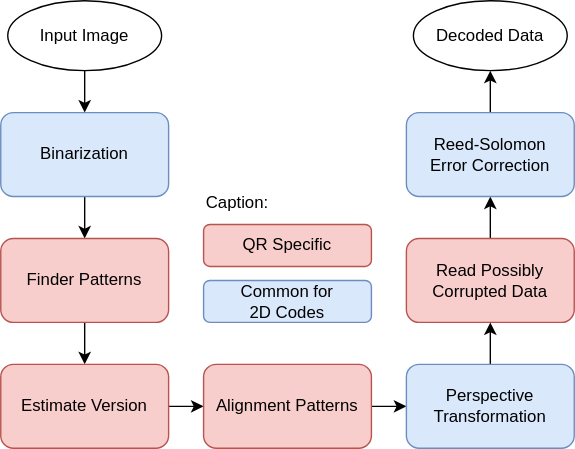
Earlier version of the draw.io export DecodingStepsDiagram.drawio.svg (vestr-at-work/open-reader). Source tidied: cells renumbered, new cells last; positions are measured from the earlier drawing's top-left corner, leaving out a move shared by most shapes.
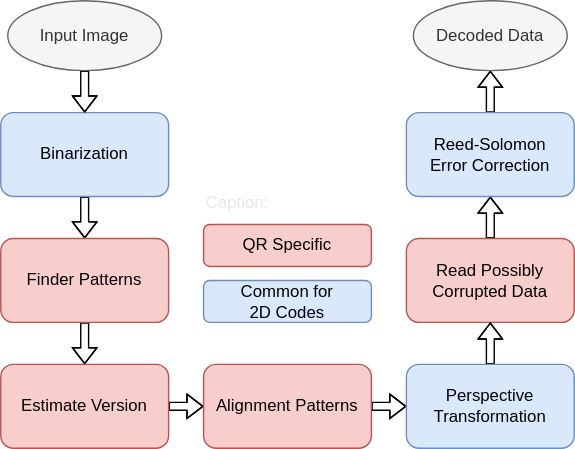
The same diagram one commit later.

Commit message:
Fix diagram colors

Change to the diagram source:
```diff
@@ -2,43 +2,43 @@
   <root>
     <mxCell id="0" />
     <mxCell id="1" parent="0" />
-    <mxCell id="2" style="edgeStyle=orthogonalEdgeStyle;rounded=0;jettySize=auto;html=1;" parent="1" edge="1" source="3" target="5">
+    <mxCell id="2" style="edgeStyle=orthogonalEdgeStyle;rounded=0;jettySize=auto;html=1;shape=flexArrow;fillColor=none;width=5.625;endSize=3.45625;endWidth=10.859375;" parent="1" edge="1" source="3" target="5">
       <mxGeometry relative="1" as="geometry" />
     </mxCell>
     <mxCell id="3" value="&lt;div&gt;Binarization&lt;/div&gt;" style="rounded=1;whiteSpace=wrap;html=1;fillColor=#dae8fc;strokeColor=#6c8ebf;" parent="1" vertex="1">
       <mxGeometry y="80" width="120" height="60" as="geometry" />
     </mxCell>
-    <mxCell id="4" style="edgeStyle=orthogonalEdgeStyle;rounded=0;jettySize=auto;html=1;" parent="1" edge="1" source="5" target="7">
+    <mxCell id="4" style="edgeStyle=orthogonalEdgeStyle;rounded=0;jettySize=auto;html=1;shape=flexArrow;fillColor=none;width=5.625;endSize=3.45625;endWidth=10.859375;" parent="1" edge="1" source="5" target="7">
       <mxGeometry relative="1" as="geometry" />
     </mxCell>
     <mxCell id="5" value="&lt;div&gt;Finder Patterns&lt;/div&gt;" style="rounded=1;whiteSpace=wrap;html=1;fillColor=#f8cecc;strokeColor=#b85450;" parent="1" vertex="1">
       <mxGeometry y="170" width="120" height="60" as="geometry" />
     </mxCell>
-    <mxCell id="6" style="edgeStyle=orthogonalEdgeStyle;rounded=0;jettySize=auto;html=1;" parent="1" edge="1" source="7" target="9">
+    <mxCell id="6" style="edgeStyle=orthogonalEdgeStyle;rounded=0;jettySize=auto;html=1;shape=flexArrow;fillColor=none;width=5.625;endSize=3.45625;endWidth=10.859375;" parent="1" edge="1" source="7" target="9">
       <mxGeometry relative="1" as="geometry" />
     </mxCell>
     <mxCell id="7" value="&lt;div&gt;Estimate Version&lt;/div&gt;" style="rounded=1;whiteSpace=wrap;html=1;fillColor=#f8cecc;strokeColor=#b85450;" parent="1" vertex="1">
       <mxGeometry y="260" width="120" height="60" as="geometry" />
     </mxCell>
-    <mxCell id="8" style="edgeStyle=orthogonalEdgeStyle;rounded=0;jettySize=auto;html=1;" parent="1" edge="1" source="9" target="15">
+    <mxCell id="8" style="edgeStyle=orthogonalEdgeStyle;rounded=0;jettySize=auto;html=1;shape=flexArrow;fillColor=none;width=5.625;endSize=3.45625;endWidth=10.859375;" parent="1" edge="1" source="9" target="15">
       <mxGeometry relative="1" as="geometry" />
     </mxCell>
     <mxCell id="9" value="&lt;div&gt;Alignment Patterns&lt;/div&gt;" style="rounded=1;whiteSpace=wrap;html=1;fillColor=#f8cecc;strokeColor=#b85450;" parent="1" vertex="1">
       <mxGeometry x="145" y="260" width="120" height="60" as="geometry" />
     </mxCell>
-    <mxCell id="10" style="edgeStyle=orthogonalEdgeStyle;rounded=0;jettySize=auto;html=1;" parent="1" edge="1" source="11" target="13">
+    <mxCell id="10" style="edgeStyle=orthogonalEdgeStyle;rounded=0;jettySize=auto;html=1;shape=flexArrow;fillColor=none;width=5.625;endSize=3.45625;endWidth=10.859375;" parent="1" edge="1" source="11" target="13">
       <mxGeometry relative="1" as="geometry" />
     </mxCell>
     <mxCell id="11" value="&lt;div&gt;Read Possibly&lt;/div&gt;&lt;div&gt;Corrupted Data&lt;/div&gt;" style="rounded=1;whiteSpace=wrap;html=1;fillColor=#f8cecc;strokeColor=#b85450;direction=west;" parent="1" vertex="1">
       <mxGeometry x="290" y="170" width="120" height="60" as="geometry" />
     </mxCell>
-    <mxCell id="12" style="edgeStyle=orthogonalEdgeStyle;rounded=0;jettySize=auto;html=1;" parent="1" edge="1" source="13" target="21">
+    <mxCell id="12" style="edgeStyle=orthogonalEdgeStyle;rounded=0;jettySize=auto;html=1;shape=flexArrow;fillColor=none;width=5.625;endSize=3.45625;endWidth=10.859375;" parent="1" edge="1" source="13" target="21">
       <mxGeometry relative="1" as="geometry" />
     </mxCell>
     <mxCell id="13" value="Reed-Solomon&lt;br&gt;&lt;div&gt;Error Correction&lt;/div&gt;" style="rounded=1;whiteSpace=wrap;html=1;fillColor=#dae8fc;strokeColor=#6c8ebf;direction=west;" parent="1" vertex="1">
       <mxGeometry x="290" y="80" width="120" height="60" as="geometry" />
     </mxCell>
-    <mxCell id="14" style="edgeStyle=orthogonalEdgeStyle;rounded=0;jettySize=auto;html=1;" parent="1" edge="1" source="15" target="11">
+    <mxCell id="14" style="edgeStyle=orthogonalEdgeStyle;rounded=0;jettySize=auto;html=1;shape=flexArrow;fillColor=none;width=5.625;endSize=3.45625;endWidth=10.859375;" parent="1" edge="1" source="15" target="11">
       <mxGeometry relative="1" as="geometry" />
     </mxCell>
     <mxCell id="15" value="Perspective&lt;br&gt;Transformation" style="rounded=1;whiteSpace=wrap;html=1;fillColor=#dae8fc;strokeColor=#6c8ebf;direction=west;" parent="1" vertex="1">
@@ -50,16 +50,16 @@
     <mxCell id="17" value="Common for &lt;br&gt;2D Codes" style="rounded=1;whiteSpace=wrap;html=1;fillColor=#dae8fc;strokeColor=#6c8ebf;" parent="1" vertex="1">
       <mxGeometry x="145" y="200" width="120" height="30" as="geometry" />
     </mxCell>
-    <mxCell id="18" value="&lt;div align=&quot;left&quot;&gt;Caption:&lt;/div&gt;" style="text;html=1;strokeColor=none;fillColor=none;align=left;verticalAlign=middle;whiteSpace=wrap;rounded=0;" parent="1" vertex="1">
+    <mxCell id="18" value="&lt;div align=&quot;left&quot;&gt;Caption:&lt;/div&gt;" style="text;html=1;strokeColor=none;fillColor=none;align=left;verticalAlign=middle;whiteSpace=wrap;rounded=0;fontStyle=0;labelBorderColor=none;labelBackgroundColor=none;fontColor=#E6E6E6;" parent="1" vertex="1">
       <mxGeometry x="145" y="130" width="60" height="30" as="geometry" />
     </mxCell>
-    <mxCell id="19" style="edgeStyle=orthogonalEdgeStyle;rounded=0;jettySize=auto;html=1;" parent="1" edge="1" source="20" target="3">
+    <mxCell id="19" style="edgeStyle=orthogonalEdgeStyle;rounded=0;jettySize=auto;html=1;shape=flexArrow;fillColor=none;width=5.625;endSize=3.45625;endWidth=10.859375;" parent="1" edge="1" source="20" target="3">
       <mxGeometry relative="1" as="geometry" />
     </mxCell>
-    <mxCell id="20" value="&lt;div&gt;Input Image&lt;/div&gt;" style="ellipse;whiteSpace=wrap;html=1;" parent="1" vertex="1">
+    <mxCell id="20" value="&lt;div&gt;Input Image&lt;/div&gt;" style="ellipse;whiteSpace=wrap;html=1;fillColor=#f5f5f5;strokeColor=#666666;fontColor=#333333;" parent="1" vertex="1">
       <mxGeometry x="5" width="110" height="50" as="geometry" />
     </mxCell>
-    <mxCell id="21" value="&lt;div&gt;Decoded Data&lt;/div&gt;" style="ellipse;whiteSpace=wrap;html=1;" parent="1" vertex="1">
+    <mxCell id="21" value="&lt;div&gt;Decoded Data&lt;/div&gt;" style="ellipse;whiteSpace=wrap;html=1;fillColor=#f5f5f5;fontColor=#333333;strokeColor=#666666;" parent="1" vertex="1">
       <mxGeometry x="295" width="110" height="50" as="geometry" />
     </mxCell>
   </root>
```
